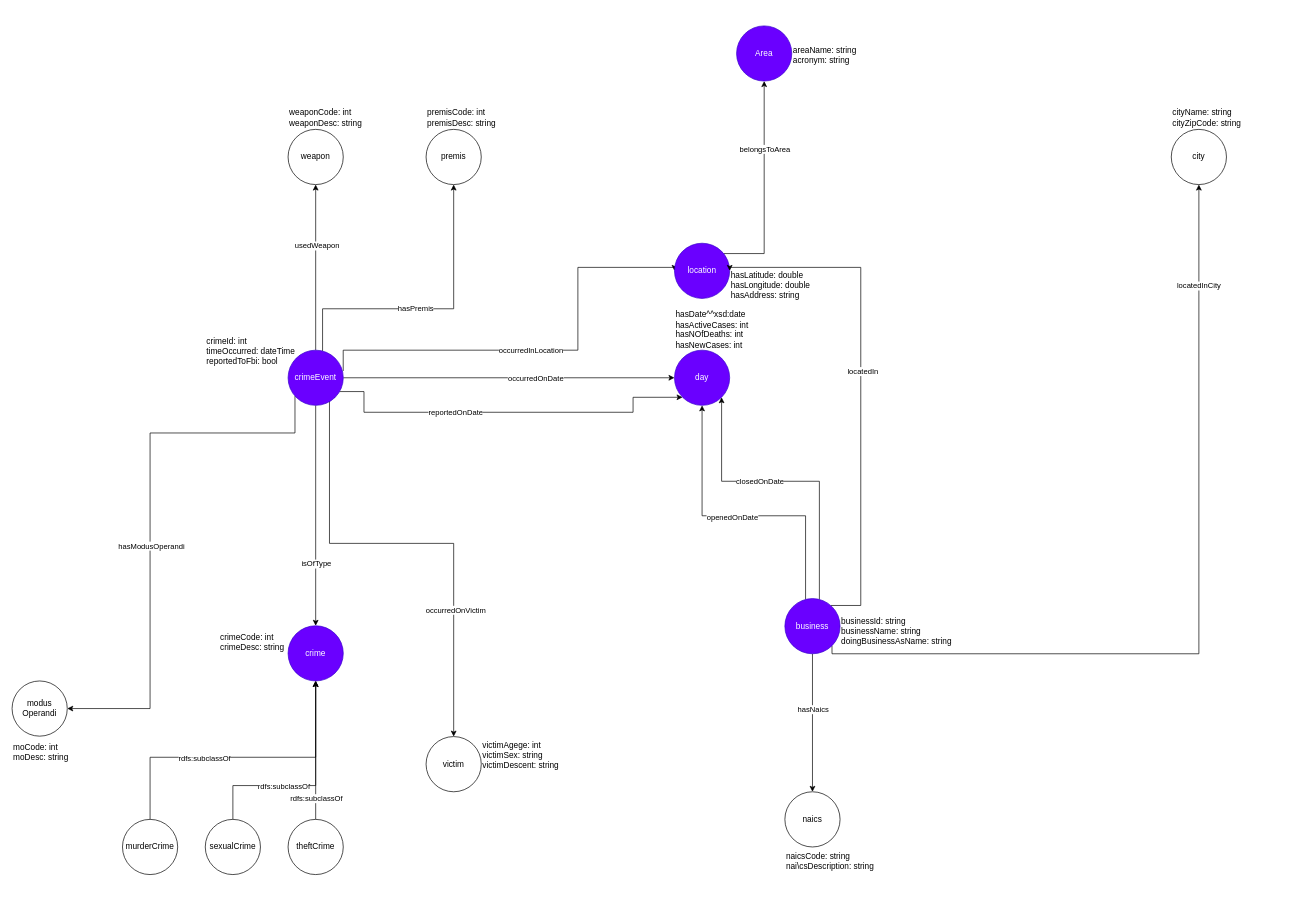
Above: requirements analysis/Bitsei_ontology.drawio in mircocazzaro/bitsei-db2-unipd (draw.io), before the change. Source tidied: cells renumbered, new cells numbered last; positions are measured from the earlier drawing's top-left corner, leaving out a move shared by most shapes. Both pictures are drawn from the tidied source at 69%, with x=0, y=0 at pixel (12, 12).
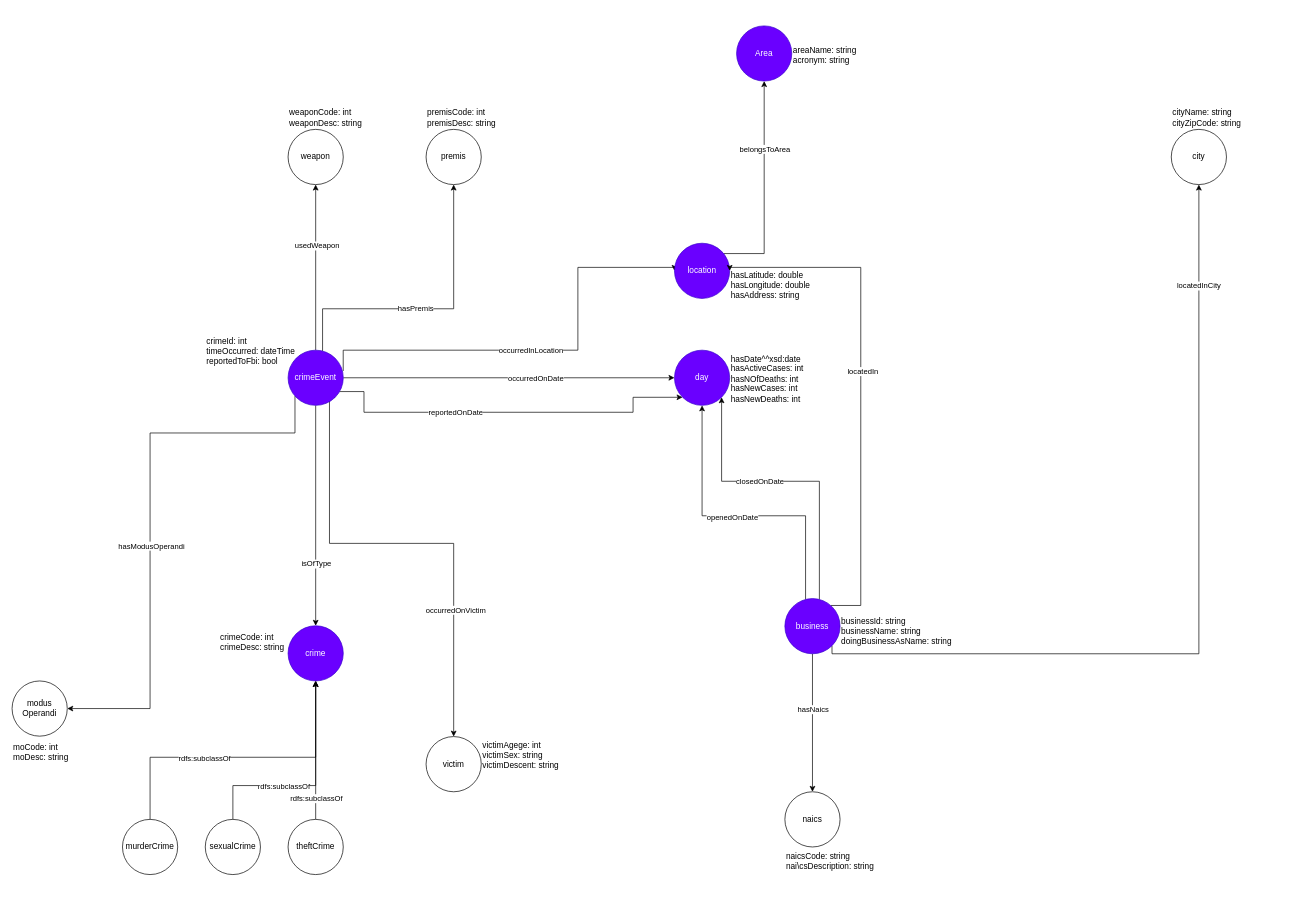
The same page after the edit.

The edit, as a diff of the source:
```diff
@@
-    <mxCell id="54" value="&lt;div&gt;hasDate^^xsd:date&lt;/div&gt;&lt;div&gt;hasActiveCases: int&lt;/div&gt;&lt;div&gt;hasNOfDeaths: int&lt;br&gt;hasNewCases: int&lt;/div&gt;" style="text;html=1;strokeColor=none;fillColor=none;align=left;verticalAlign=bottom;whiteSpace=wrap;rounded=0;" parent="1" vertex="1">
-      <mxGeometry x="960" y="412" width="160" height="80" as="geometry" />
+    <mxCell id="54" value="&lt;div&gt;hasDate^^xsd:date&lt;/div&gt;&lt;div&gt;hasActiveCases: int&lt;/div&gt;&lt;div&gt;hasNOfDeaths: int&lt;br&gt;hasNewCases: int&lt;/div&gt;&lt;div&gt;hasNewDeaths: int&lt;/div&gt;" style="text;html=1;strokeColor=none;fillColor=none;align=left;verticalAlign=bottom;whiteSpace=wrap;rounded=0;" parent="1" vertex="1">
+      <mxGeometry x="1040" y="490" width="160" height="80" as="geometry" />
     </mxCell>
```
